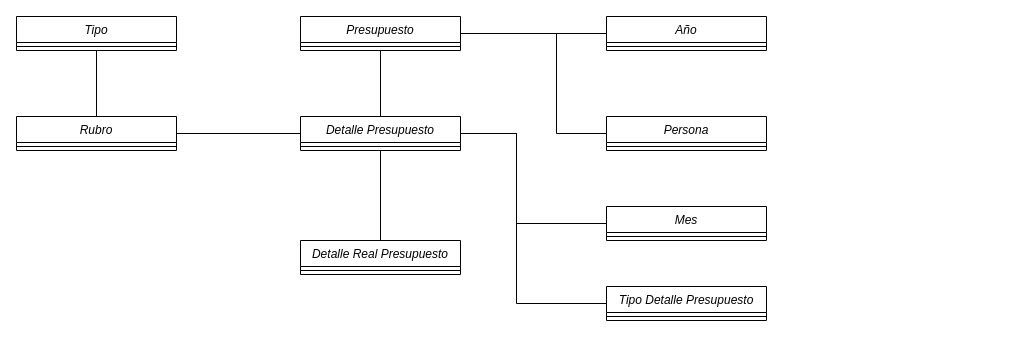
The draw.io diagram page "Profe" (3 of 3) of Modelo de dominio.drawio in DOOPan2022/Presupuesto, before the edit. Source tidied: cells renumbered, new cells numbered last; positions are measured from the earlier drawing's top-left corner, leaving out a move shared by most shapes. Both pictures are drawn from the tidied source at 100%, with x=0, y=0 at pixel (16, 16).
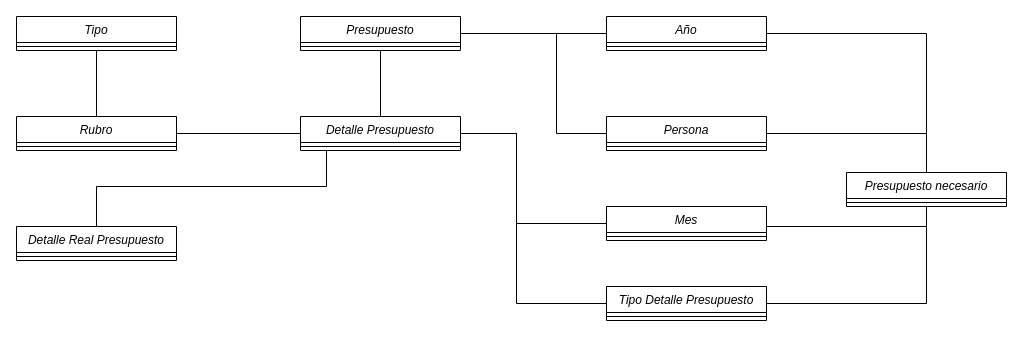
The same page after the edit.

The change refers to these unchanged cells:
```xml
<mxCell id="11" value="Detalle Presupuesto" style="swimlane;fontStyle=2;align=center;verticalAlign=top;horizontal=1;startSize=26;rounded=0;shadow=0;strokeWidth=1;" parent="1" vertex="1">
  <mxGeometry x="284" y="100" width="160" height="34" as="geometry" />
</mxCell>
<mxCell id="18" value="Año" style="swimlane;fontStyle=2;align=center;verticalAlign=top;horizontal=1;startSize=26;rounded=0;shadow=0;strokeWidth=1;" parent="1" vertex="1">
  <mxGeometry x="590" width="160" height="34" as="geometry" />
</mxCell>
<mxCell id="20" value="Persona" style="swimlane;fontStyle=2;align=center;verticalAlign=top;horizontal=1;startSize=26;rounded=0;shadow=0;strokeWidth=1;" parent="1" vertex="1">
  <mxGeometry x="590" y="100" width="160" height="34" as="geometry" />
</mxCell>
<mxCell id="22" value="Tipo Detalle Presupuesto" style="swimlane;fontStyle=2;align=center;verticalAlign=top;horizontal=1;startSize=26;rounded=0;shadow=0;strokeWidth=1;" parent="1" vertex="1">
  <mxGeometry x="590" y="270" width="160" height="34" as="geometry" />
</mxCell>
<mxCell id="24" value="Mes" style="swimlane;fontStyle=2;align=center;verticalAlign=top;horizontal=1;startSize=26;rounded=0;shadow=0;strokeWidth=1;" parent="1" vertex="1">
  <mxGeometry x="590" y="190" width="160" height="34" as="geometry" />
</mxCell>
```

Change to the diagram source:
```diff
@@
     <mxCell id="9" style="edgeStyle=orthogonalEdgeStyle;rounded=0;jettySize=auto;html=1;entryX=0.5;entryY=0;entryDx=0;entryDy=0;endArrow=none;endFill=0;" parent="1" edge="1" source="11" target="26">
-      <mxGeometry relative="1" as="geometry" />
+      <mxGeometry relative="1" as="geometry">
+        <Array as="points">
+          <mxPoint x="310" y="170" />
+          <mxPoint x="80" y="170" />
+        </Array>
+      </mxGeometry>
     </mxCell>
@@
+    <mxCell id="28" style="edgeStyle=orthogonalEdgeStyle;rounded=0;jettySize=auto;html=1;endArrow=none;endFill=0;" parent="1" edge="1" source="18" target="32">
+      <mxGeometry relative="1" as="geometry" />
+    </mxCell>
@@
+    <mxCell id="29" style="edgeStyle=orthogonalEdgeStyle;rounded=0;jettySize=auto;html=1;endArrow=none;endFill=0;" parent="1" edge="1" source="20" target="32">
+      <mxGeometry relative="1" as="geometry" />
+    </mxCell>
@@
+    <mxCell id="30" style="edgeStyle=orthogonalEdgeStyle;rounded=0;jettySize=auto;html=1;entryX=0.5;entryY=1;entryDx=0;entryDy=0;endArrow=none;endFill=0;" parent="1" edge="1" source="22" target="32">
+      <mxGeometry relative="1" as="geometry" />
+    </mxCell>
@@
+    <mxCell id="31" style="edgeStyle=orthogonalEdgeStyle;rounded=0;jettySize=auto;html=1;entryX=0.5;entryY=1;entryDx=0;entryDy=0;endArrow=none;endFill=0;" parent="1" edge="1" source="24" target="32">
+      <mxGeometry relative="1" as="geometry">
+        <Array as="points">
+          <mxPoint x="910" y="210" />
+        </Array>
+      </mxGeometry>
+    </mxCell>
@@
     <mxCell id="26" value="Detalle Real Presupuesto" style="swimlane;fontStyle=2;align=center;verticalAlign=top;horizontal=1;startSize=26;rounded=0;shadow=0;strokeWidth=1;" parent="1" vertex="1">
-      <mxGeometry x="284" y="224" width="160" height="34" as="geometry" />
+      <mxGeometry y="210" width="160" height="34" as="geometry" />
     </mxCell>
@@
+    <mxCell id="32" value="Presupuesto necesario" style="swimlane;fontStyle=2;align=center;verticalAlign=top;horizontal=1;startSize=26;rounded=0;shadow=0;strokeWidth=1;" parent="1" vertex="1">
+      <mxGeometry x="830" y="156" width="160" height="34" as="geometry" />
+    </mxCell>
+    <mxCell id="33" style="line;html=1;strokeWidth=1;align=left;verticalAlign=middle;spacingTop=-1;spacingLeft=3;spacingRight=3;labelPosition=right;" parent="32" vertex="1">
+      <mxGeometry y="26" width="160" height="8" as="geometry" />
+    </mxCell>
```
